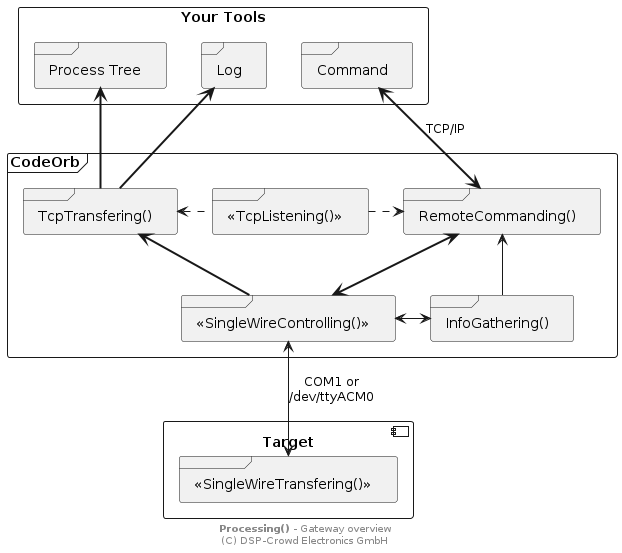
The PlantUML diagram doc/system/overview-gw.png in NoOrientationProgramming/code-orb, before a commit. The source it was exported from:
```plantuml
@startuml


rectangle "Your Tools" as gTools {

	frame "Process Tree" as pTree
	frame "Log" as pLog
	frame "Command" as pCmd
}

frame "CodeOrb" as pGw {

	frame "<<SingleWireControlling()>>" as pSwc
	frame "<<TcpListening()>>" as pList
	frame "TcpTransfering()" as pTrans
	frame "RemoteCommanding()" as pCmdRemote
	frame "InfoGathering()" as pGather
}

component "Target" as pTarget {

	frame "<<SingleWireTransfering()>>" as pSwt
}

pTree <-[thickness=2]- pTrans
pLog <-[thickness=2]- pTrans
pCmd <-[thickness=2]-> pCmdRemote : "TCP/IP"

pList .l.> pTrans
pList .r.> pCmdRemote

pTrans <-[thickness=2]- pSwc
pCmdRemote <-[thickness=2]-> pSwc

pCmdRemote <-- pGather

pSwc <--> pSwt : "COM1 or\n/dev/ttyACM0"
pSwc <-> pGather

footer **Processing()** - Gateway overview\n(C) DSP-Crowd Electronics GmbH

@enduml
```
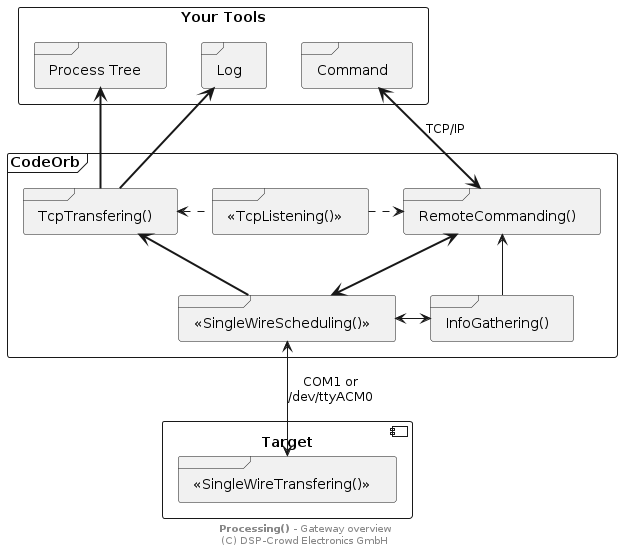
The same file after the commit.

What changed in the source:
```diff
@@ -10,7 +10,7 @@
 
 frame "CodeOrb" as pGw {
 
-	frame "<<SingleWireControlling()>>" as pSwc
+	frame "<<SingleWireScheduling()>>" as pSwc
 	frame "<<TcpListening()>>" as pList
 	frame "TcpTransfering()" as pTrans
 	frame "RemoteCommanding()" as pCmdRemote
```
